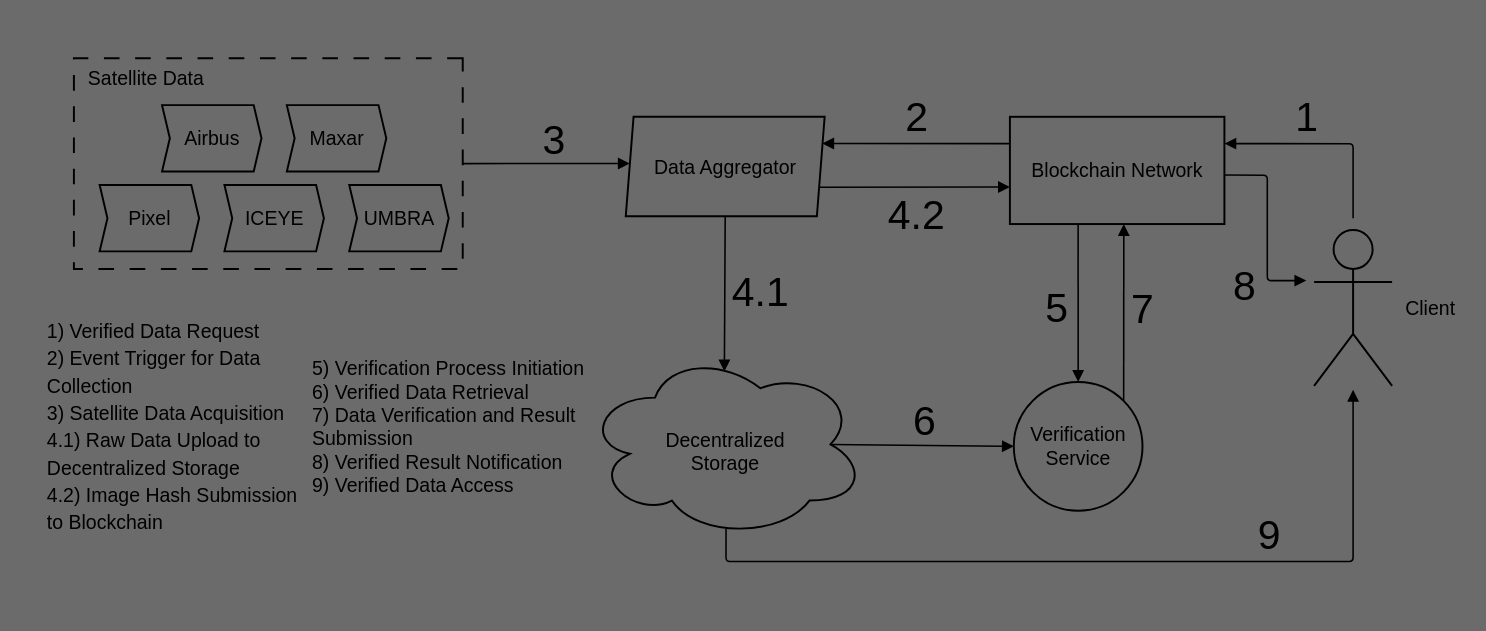
Before: project-structure.drawio in dk731/cassini-hackathon, a draw.io diagram. Source tidied: cells renumbered, new cells numbered last; positions are measured from the earlier drawing's top-left corner, leaving out a move shared by most shapes. Both pictures are drawn from the tidied source at 39%, with x=0, y=0 at pixel (46, 58).
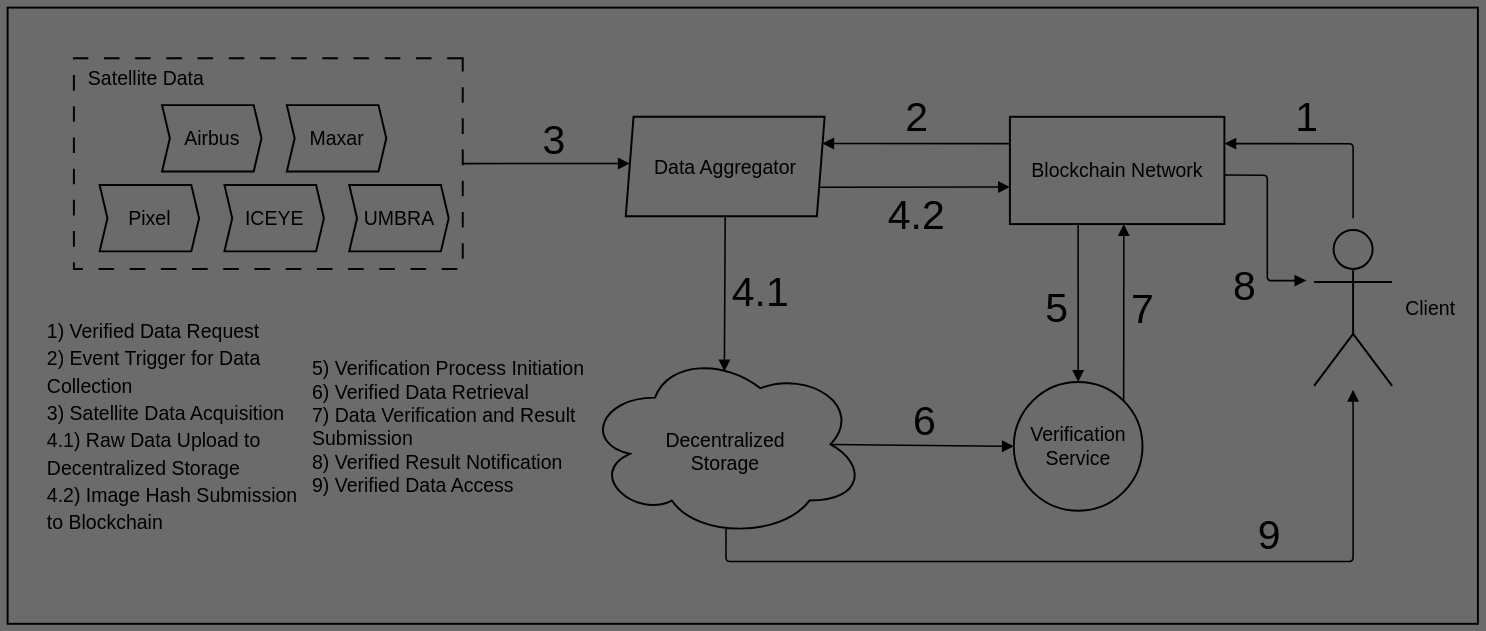
The same diagram, later.

Commit message (it also covers changes not shown here):
Refactor README.md to include project structure diagram

What changed in the source:
```diff
@@
+    <mxCell id="53" style="rounded=0;whiteSpace=wrap;html=1;labelBackgroundColor=none;strokeWidth=5;fontSize=50;fillColor=none;" parent="1" vertex="1">
+      <mxGeometry x="-100" y="-130" width="3770" height="1580" as="geometry" />
+    </mxCell>
```
